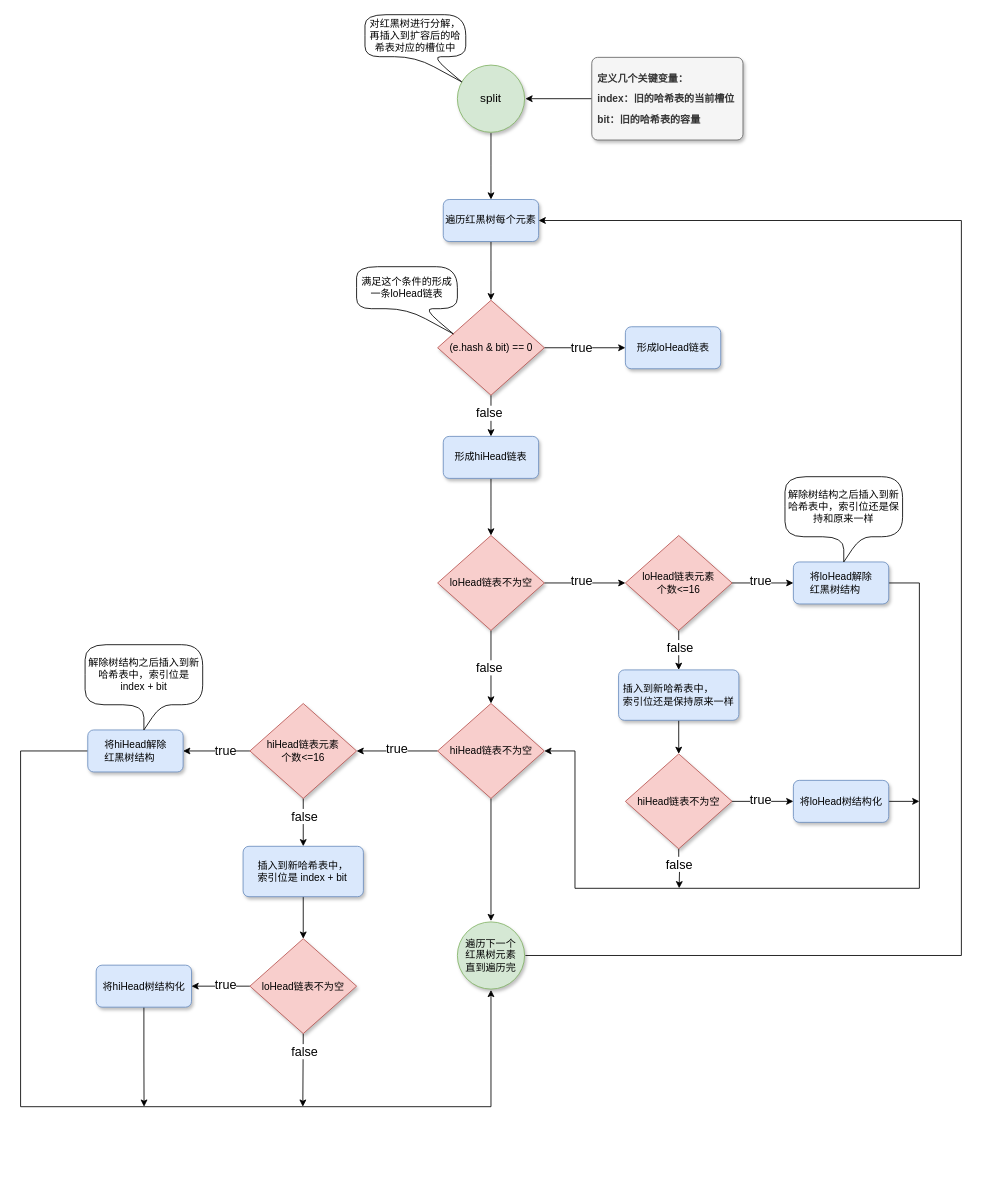
The draw.io diagram page "split" (2 of 2) of typora/JavaSE/6 集合/drawio/HashMap/扩容流程.drawio in LDChing0321/JavaLearn, before the edit. Source tidied: cells renumbered, new cells numbered last; positions are measured from the earlier drawing's top-left corner, leaving out a move shared by most shapes. Both pictures are drawn from the tidied source at 84%, with x=0, y=0 at pixel (20, 14).
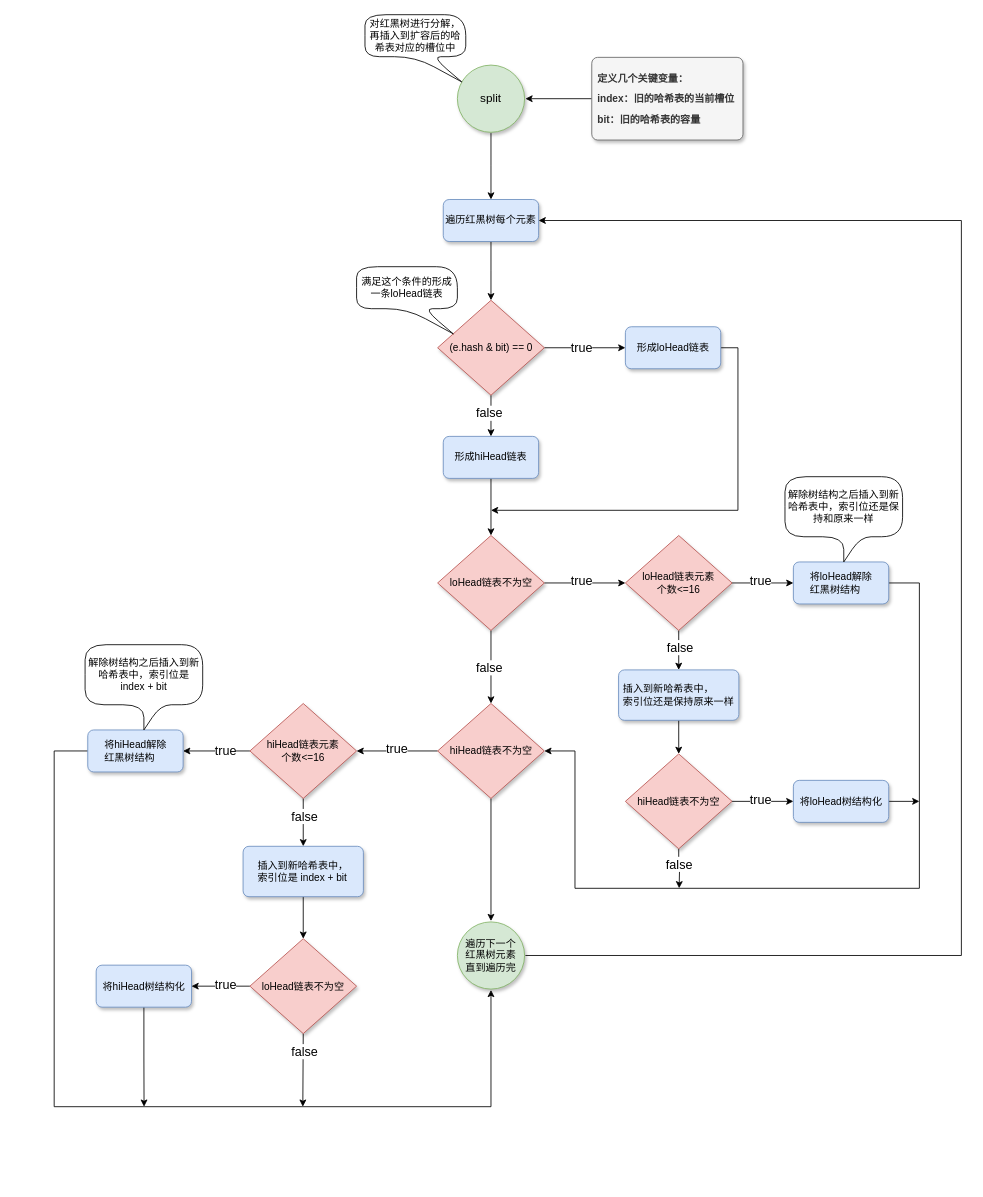
After the change.

Commit message:
更新扩容流程.drawio

The change refers to these unchanged cells:
```xml
<mxCell id="11" value="&lt;div style=&quot;text-align: start;&quot;&gt;&lt;span style=&quot;background-color: initial;&quot;&gt;形成loHead链表&lt;/span&gt;&lt;span style=&quot;background-color: initial; text-align: start; font-size: 0px;&quot;&gt;&lt;font face=&quot;monospace&quot; color=&quot;rgba(0, 0, 0, 0)&quot;&gt;loHead&lt;/font&gt;&lt;/span&gt;&lt;span style=&quot;background-color: initial; color: rgba(0, 0, 0, 0); font-family: monospace; font-size: 0px; text-align: start;&quot;&gt;3CmxGraphModel%3E%3Croot%3E%3CmxCell%20id%3D%220%22%2F%3E%3CmxCell%20id%3D%221%22%20parent%3D%220%22%2F%3E%3CmxCell%20id%3D%222%22%20value%3D%22true%22%20style%3D%22edgeLabel%3Bhtml%3D1%3Balign%3Dcenter%3BverticalAlign%3Dmiddle%3Bresizable%3D0%3Bpoints%3D%5B%5D%3BfontSize%3D15%3B%22%20vertex%3D%221%22%20connectable%3D%220%22%20parent%3D%221%22%3E%3CmxGeometry%20x%3D%22440%22%20y%3D%22530%22%20as%3D%22geometry%22%2F%3E%3C%2FmxCell%3E%3C%2Froot%3E%3C%2FmxGraphModel%3E&lt;/span&gt;&lt;span style=&quot;background-color: initial; color: rgba(0, 0, 0, 0); font-family: monospace; font-size: 0px; text-align: start;&quot;&gt;3CmxGraphModel%3E%3Croot%3E%3CmxCell%20id%3D%220%22%2F%3E%3CmxCell%20id%3D%221%22%20parent%3D%220%22%2F%3E%3CmxCell%20id%3D%222%22%20value%3D%22true%22%20style%3D%22edgeLabel%3Bhtml%3D1%3Balign%3Dcenter%3BverticalAlign%3Dmiddle%3Bresizable%3D0%3Bpoints%3D%5B%5D%3BfontSize%3D15%3B%22%20vertex%3D%221%22%20connectable%3D%220%22%20parent%3D%221%22%3E%3CmxGeometry%20x%3D%22440%22%20y%3D%22530%22%20as%3D%22geometry%22%2F%3E%3C%2FmxCell%3E%3C%2Froot%3E%3C%2FmxGraphModel%3E&lt;/span&gt;&lt;/div&gt;" style="rounded=1;whiteSpace=wrap;html=1;absoluteArcSize=1;arcSize=14;strokeWidth=1;fillColor=#dae8fc;strokeColor=#6c8ebf;shadow=1;" parent="1" vertex="1">
  <mxGeometry x="720" y="371.5" width="113.5" height="50" as="geometry" />
</mxCell>
<mxCell id="45" value="&lt;div style=&quot;text-align: start;&quot;&gt;将hiHead解除&lt;/div&gt;&lt;div style=&quot;text-align: start;&quot;&gt;红黑树结构&lt;/div&gt;" style="rounded=1;whiteSpace=wrap;html=1;absoluteArcSize=1;arcSize=14;strokeWidth=1;fillColor=#dae8fc;strokeColor=#6c8ebf;shadow=1;" parent="1" vertex="1">
  <mxGeometry x="80" y="851.5" width="113.5" height="50" as="geometry" />
</mxCell>
<mxCell id="60" value="遍历下一个&lt;br&gt;红黑树元素&lt;br&gt;直到遍历完" style="strokeWidth=1;html=1;shape=mxgraph.flowchart.start_2;whiteSpace=wrap;labelBorderColor=none;strokeColor=#82b366;perimeterSpacing=1;fillColor=#d5e8d4;shadow=1;fontSize=12;" parent="1" vertex="1">
  <mxGeometry x="520" y="1080" width="80" height="80" as="geometry" />
</mxCell>
```

Diff of the diagram source:
```diff
@@
+    <mxCell id="63" style="edgeStyle=orthogonalEdgeStyle;rounded=0;jettySize=auto;html=1;exitX=1;exitY=0.5;exitDx=0;exitDy=0;fontSize=12;" parent="1" edge="1" source="11">
+      <mxGeometry relative="1" as="geometry">
+        <mxPoint x="560" y="590" as="targetPoint" />
+        <Array as="points">
+          <mxPoint x="854" y="396" />
+          <mxPoint x="854" y="590" />
+        </Array>
+      </mxGeometry>
+    </mxCell>
@@
     <mxCell id="44" style="edgeStyle=orthogonalEdgeStyle;rounded=0;jettySize=auto;html=1;exitX=0;exitY=0.5;exitDx=0;exitDy=0;entryX=0.5;entryY=1;entryDx=0;entryDy=0;entryPerimeter=0;fontSize=12;" parent="1" edge="1" source="45" target="60">
       <mxGeometry relative="1" as="geometry">
         <Array as="points">
-          <mxPoint y="876" />
-          <mxPoint y="1300" />
+          <mxPoint x="40" y="876" />
+          <mxPoint x="40" y="1300" />
           <mxPoint x="560" y="1300" />
         </Array>
       </mxGeometry>
     </mxCell>
```
